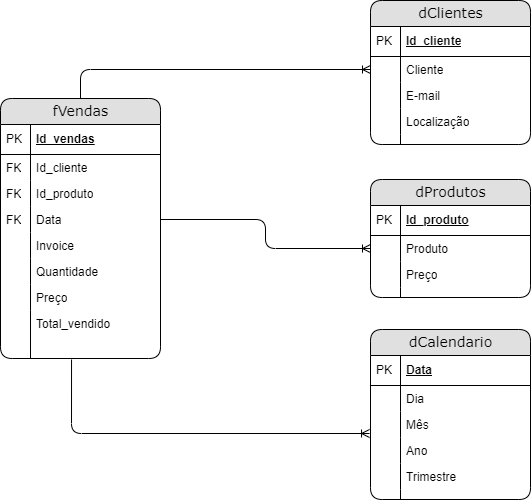
The draw.io diagram consultas_schemas_sql/Schema-Dimensional.png in alves05/Pipeline_Dados_Python_Postgres_PowerBI, before a commit. Source tidied: cells renumbered, new cells last; positions are measured from the earlier drawing's top-left corner, leaving out a move shared by most shapes.
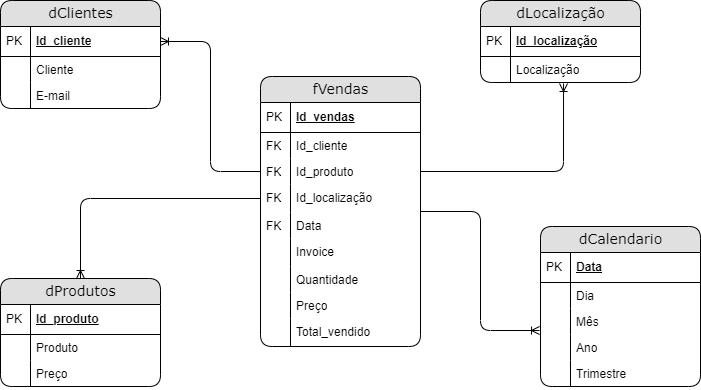
Later version of the same file.

Diff of the diagram source:
```diff
@@ -3,7 +3,7 @@
     <mxCell id="0" />
     <mxCell id="1" parent="0" />
     <mxCell id="2" value="dClientes" style="swimlane;html=1;fontStyle=0;horizontal=1;startSize=26;fillColor=#e0e0e0;swimlaneFillColor=#ffffff;align=center;rounded=1;shadow=0;comic=0;labelBackgroundColor=none;strokeWidth=1;fontFamily=Verdana;fontSize=14;swimlaneLine=1;" parent="1" vertex="1">
-      <mxGeometry x="370" width="160" height="144" as="geometry" />
+      <mxGeometry x="40" y="-17" width="160" height="108" as="geometry" />
     </mxCell>
     <mxCell id="3" value="Id_cliente" style="shape=partialRectangle;top=0;left=0;right=0;bottom=1;html=1;align=left;verticalAlign=middle;fillColor=none;spacingLeft=34;spacingRight=4;whiteSpace=wrap;overflow=hidden;points=[[0,0.5],[1,0.5]];portConstraint=eastwest;fontStyle=5;" parent="2" vertex="1">
       <mxGeometry y="26" width="160" height="30" as="geometry" />
@@ -23,20 +23,8 @@
     <mxCell id="8" style="shape=partialRectangle;top=0;left=0;bottom=0;html=1;fillColor=none;align=left;verticalAlign=top;spacingLeft=4;spacingRight=4;whiteSpace=wrap;overflow=hidden;" parent="7" vertex="1">
       <mxGeometry width="30" height="26" as="geometry" />
     </mxCell>
-    <mxCell id="9" value="Localização" style="shape=partialRectangle;top=0;left=0;right=0;bottom=0;html=1;align=left;verticalAlign=top;fillColor=none;spacingLeft=34;spacingRight=4;whiteSpace=wrap;overflow=hidden;points=[[0,0.5],[1,0.5]];portConstraint=eastwest;" parent="2" vertex="1">
-      <mxGeometry y="108" width="160" height="26" as="geometry" />
-    </mxCell>
-    <mxCell id="10" style="shape=partialRectangle;top=0;left=0;bottom=0;html=1;fillColor=none;align=left;verticalAlign=top;spacingLeft=4;spacingRight=4;whiteSpace=wrap;overflow=hidden;" parent="9" vertex="1">
-      <mxGeometry width="30" height="26" as="geometry" />
-    </mxCell>
-    <mxCell id="11" style="shape=partialRectangle;top=0;left=0;right=0;bottom=0;html=1;align=left;verticalAlign=top;fillColor=none;spacingLeft=34;spacingRight=4;whiteSpace=wrap;overflow=hidden;" parent="2" vertex="1">
-      <mxGeometry y="134" width="160" height="10" as="geometry" />
-    </mxCell>
-    <mxCell id="12" style="shape=partialRectangle;top=0;left=0;bottom=0;html=1;fillColor=none;align=left;verticalAlign=top;spacingLeft=4;spacingRight=4;whiteSpace=wrap;overflow=hidden;" parent="11" vertex="1">
-      <mxGeometry width="30" height="10" as="geometry" />
-    </mxCell>
     <mxCell id="13" value="dProdutos" style="swimlane;html=1;fontStyle=0;horizontal=1;startSize=26;fillColor=#e0e0e0;swimlaneFillColor=#ffffff;align=center;rounded=1;shadow=0;comic=0;labelBackgroundColor=none;strokeWidth=1;fontFamily=Verdana;fontSize=14;" parent="1" vertex="1">
-      <mxGeometry x="370" y="179" width="160" height="118" as="geometry" />
+      <mxGeometry x="40" y="261" width="160" height="108" as="geometry" />
     </mxCell>
     <mxCell id="14" value="Id_produto" style="shape=partialRectangle;top=0;left=0;right=0;bottom=1;html=1;align=left;verticalAlign=middle;fillColor=none;spacingLeft=34;spacingRight=4;whiteSpace=wrap;overflow=hidden;fontStyle=5;" parent="13" vertex="1">
       <mxGeometry y="26" width="160" height="30" as="geometry" />
@@ -56,14 +44,14 @@
     <mxCell id="19" style="shape=partialRectangle;top=0;left=0;bottom=0;html=1;fillColor=none;align=left;verticalAlign=top;spacingLeft=4;spacingRight=4;whiteSpace=wrap;overflow=hidden;" parent="18" vertex="1">
       <mxGeometry width="30" height="26" as="geometry" />
     </mxCell>
-    <mxCell id="20" style="shape=partialRectangle;top=0;left=0;right=0;bottom=0;html=1;align=left;verticalAlign=top;fillColor=none;spacingLeft=34;spacingRight=4;whiteSpace=wrap;overflow=hidden;" parent="13" vertex="1">
-      <mxGeometry y="108" width="160" height="10" as="geometry" />
-    </mxCell>
-    <mxCell id="21" style="shape=partialRectangle;top=0;left=0;bottom=0;html=1;fillColor=none;align=left;verticalAlign=top;spacingLeft=4;spacingRight=4;whiteSpace=wrap;overflow=hidden;" parent="20" vertex="1">
-      <mxGeometry width="30" height="10" as="geometry" />
-    </mxCell>
+    <mxCell id="55" style="edgeStyle=orthogonalEdgeStyle;rounded=1;jettySize=auto;html=1;exitX=0;exitY=0.5;exitDx=0;exitDy=0;entryX=1;entryY=0.5;entryDx=0;entryDy=0;endArrow=ERoneToMany;endFill=0;" parent="1" edge="1" source="27" target="3">
+      <mxGeometry relative="1" as="geometry" />
+    </mxCell>
+    <mxCell id="56" style="edgeStyle=orthogonalEdgeStyle;rounded=1;jettySize=auto;html=1;entryX=-0.006;entryY=0.846;entryDx=0;entryDy=0;entryPerimeter=0;endArrow=ERoneToMany;endFill=0;" parent="1" edge="1" source="22" target="44">
+      <mxGeometry relative="1" as="geometry" />
+    </mxCell>
     <mxCell id="22" value="fVendas" style="swimlane;html=1;fontStyle=0;horizontal=1;startSize=26;fillColor=#e0e0e0;swimlaneFillColor=#ffffff;align=center;rounded=1;shadow=0;comic=0;labelBackgroundColor=none;strokeWidth=1;fontFamily=Verdana;fontSize=14;" parent="1" vertex="1">
-      <mxGeometry y="98" width="160" height="260" as="geometry" />
+      <mxGeometry x="300" y="59" width="160" height="270" as="geometry" />
     </mxCell>
     <mxCell id="23" value="Id_vendas" style="shape=partialRectangle;top=0;left=0;right=0;bottom=1;html=1;align=left;verticalAlign=middle;fillColor=none;spacingLeft=34;spacingRight=4;whiteSpace=wrap;overflow=hidden;fontStyle=5;" parent="22" vertex="1">
       <mxGeometry y="26" width="160" height="30" as="geometry" />
@@ -83,38 +71,44 @@
     <mxCell id="28" value="FK" style="shape=partialRectangle;top=0;left=0;bottom=0;html=1;fillColor=none;align=left;verticalAlign=top;spacingLeft=4;spacingRight=4;whiteSpace=wrap;overflow=hidden;" parent="27" vertex="1">
       <mxGeometry width="30" height="26" as="geometry" />
     </mxCell>
+    <mxCell id="57" value="Id_localização" style="shape=partialRectangle;top=0;left=0;right=0;bottom=0;html=1;align=left;verticalAlign=top;fillColor=none;spacingLeft=34;spacingRight=4;whiteSpace=wrap;overflow=hidden;points=[[0,0.5],[1,0.5]];portConstraint=eastwest;" parent="22" vertex="1">
+      <mxGeometry y="108" width="160" height="28" as="geometry" />
+    </mxCell>
+    <mxCell id="58" value="FK" style="shape=partialRectangle;top=0;left=0;bottom=0;html=1;fillColor=none;align=left;verticalAlign=top;spacingLeft=4;spacingRight=4;whiteSpace=wrap;overflow=hidden;" parent="57" vertex="1">
+      <mxGeometry width="30" height="28" as="geometry" />
+    </mxCell>
     <mxCell id="29" value="Data" style="shape=partialRectangle;top=0;left=0;right=0;bottom=0;html=1;align=left;verticalAlign=top;fillColor=none;spacingLeft=34;spacingRight=4;whiteSpace=wrap;overflow=hidden;points=[[0,0.5],[1,0.5]];portConstraint=eastwest;" parent="22" vertex="1">
-      <mxGeometry y="108" width="160" height="26" as="geometry" />
+      <mxGeometry y="136" width="160" height="26" as="geometry" />
     </mxCell>
     <mxCell id="30" value="FK" style="shape=partialRectangle;top=0;left=0;bottom=0;html=1;fillColor=none;align=left;verticalAlign=top;spacingLeft=4;spacingRight=4;whiteSpace=wrap;overflow=hidden;" parent="29" vertex="1">
       <mxGeometry width="30" height="26" as="geometry" />
     </mxCell>
     <mxCell id="31" value="Invoice" style="shape=partialRectangle;top=0;left=0;right=0;bottom=0;html=1;align=left;verticalAlign=top;fillColor=none;spacingLeft=34;spacingRight=4;whiteSpace=wrap;overflow=hidden;" parent="22" vertex="1">
-      <mxGeometry y="134" width="160" height="26" as="geometry" />
+      <mxGeometry y="162" width="160" height="28" as="geometry" />
     </mxCell>
-    <mxCell id="32" style="shape=partialRectangle;top=0;left=0;bottom=0;html=1;fillColor=none;align=left;verticalAlign=top;spacingLeft=4;spacingRight=4;whiteSpace=wrap;overflow=hidden;" parent="31" vertex="1">
-      <mxGeometry width="30" height="26" as="geometry" />
-    </mxCell>
+    <mxCell id="59" style="shape=partialRectangle;top=0;left=0;bottom=0;html=1;fillColor=none;align=left;verticalAlign=top;spacingLeft=4;spacingRight=4;whiteSpace=wrap;overflow=hidden;" parent="31" vertex="1">
+      <mxGeometry width="30" height="28" as="geometry" />
+    </mxCell>
     <mxCell id="33" value="Quantidade" style="shape=partialRectangle;top=0;left=0;right=0;bottom=0;html=1;align=left;verticalAlign=top;fillColor=none;spacingLeft=34;spacingRight=4;whiteSpace=wrap;overflow=hidden;" parent="22" vertex="1">
-      <mxGeometry y="160" width="160" height="26" as="geometry" />
+      <mxGeometry y="190" width="160" height="26" as="geometry" />
     </mxCell>
     <mxCell id="34" style="shape=partialRectangle;top=0;left=0;bottom=0;html=1;fillColor=none;align=left;verticalAlign=top;spacingLeft=4;spacingRight=4;whiteSpace=wrap;overflow=hidden;" parent="33" vertex="1">
       <mxGeometry width="30" height="26" as="geometry" />
     </mxCell>
     <mxCell id="35" value="Preço" style="shape=partialRectangle;top=0;left=0;right=0;bottom=0;html=1;align=left;verticalAlign=top;fillColor=none;spacingLeft=34;spacingRight=4;whiteSpace=wrap;overflow=hidden;" parent="22" vertex="1">
-      <mxGeometry y="186" width="160" height="26" as="geometry" />
+      <mxGeometry y="216" width="160" height="26" as="geometry" />
     </mxCell>
     <mxCell id="36" style="shape=partialRectangle;top=0;left=0;bottom=0;html=1;fillColor=none;align=left;verticalAlign=top;spacingLeft=4;spacingRight=4;whiteSpace=wrap;overflow=hidden;" parent="35" vertex="1">
       <mxGeometry width="30" height="26" as="geometry" />
     </mxCell>
     <mxCell id="37" value="Total_vendido" style="shape=partialRectangle;top=0;left=0;right=0;bottom=0;html=1;align=left;verticalAlign=top;fillColor=none;spacingLeft=34;spacingRight=4;whiteSpace=wrap;overflow=hidden;points=[[0,0.5],[1,0.5]];portConstraint=eastwest;" parent="22" vertex="1">
-      <mxGeometry y="212" width="160" height="48" as="geometry" />
+      <mxGeometry y="242" width="160" height="28" as="geometry" />
     </mxCell>
     <mxCell id="38" style="shape=partialRectangle;top=0;left=0;bottom=0;html=1;fillColor=none;align=left;verticalAlign=top;spacingLeft=4;spacingRight=4;whiteSpace=wrap;overflow=hidden;" parent="37" vertex="1">
-      <mxGeometry width="30" height="48" as="geometry" />
+      <mxGeometry width="30" height="28" as="geometry" />
     </mxCell>
     <mxCell id="39" value="dCalendario" style="swimlane;html=1;fontStyle=0;horizontal=1;startSize=26;fillColor=#e0e0e0;swimlaneFillColor=#ffffff;align=center;rounded=1;shadow=0;comic=0;labelBackgroundColor=none;strokeWidth=1;fontFamily=Verdana;fontSize=14;swimlaneLine=1;" parent="1" vertex="1">
-      <mxGeometry x="370" y="329" width="160" height="170" as="geometry" />
+      <mxGeometry x="580" y="209" width="160" height="160" as="geometry" />
     </mxCell>
     <mxCell id="40" value="Data" style="shape=partialRectangle;top=0;left=0;right=0;bottom=1;html=1;align=left;verticalAlign=middle;fillColor=none;spacingLeft=34;spacingRight=4;whiteSpace=wrap;overflow=hidden;fontStyle=5;" parent="39" vertex="1">
       <mxGeometry y="26" width="160" height="30" as="geometry" />
@@ -146,20 +140,26 @@
     <mxCell id="49" style="shape=partialRectangle;top=0;left=0;bottom=0;html=1;fillColor=none;align=left;verticalAlign=top;spacingLeft=4;spacingRight=4;whiteSpace=wrap;overflow=hidden;" parent="48" vertex="1">
       <mxGeometry width="30" height="26" as="geometry" />
     </mxCell>
-    <mxCell id="50" style="shape=partialRectangle;top=0;left=0;right=0;bottom=0;html=1;align=left;verticalAlign=top;fillColor=none;spacingLeft=34;spacingRight=4;whiteSpace=wrap;overflow=hidden;" parent="39" vertex="1">
-      <mxGeometry y="160" width="160" height="10" as="geometry" />
-    </mxCell>
-    <mxCell id="51" style="shape=partialRectangle;top=0;left=0;bottom=0;html=1;fillColor=none;align=left;verticalAlign=top;spacingLeft=4;spacingRight=4;whiteSpace=wrap;overflow=hidden;" parent="50" vertex="1">
-      <mxGeometry width="30" height="10" as="geometry" />
-    </mxCell>
-    <mxCell id="52" style="edgeStyle=orthogonalEdgeStyle;rounded=1;jettySize=auto;html=1;entryX=0;entryY=0.5;entryDx=0;entryDy=0;startArrow=none;startFill=0;endArrow=ERoneToMany;endFill=0;" parent="1" edge="1" source="29" target="16">
-      <mxGeometry relative="1" as="geometry" />
-    </mxCell>
-    <mxCell id="53" style="edgeStyle=orthogonalEdgeStyle;rounded=1;jettySize=auto;html=1;startArrow=none;startFill=0;endArrow=ERoneToMany;endFill=0;exitX=0.5;exitY=0;exitDx=0;exitDy=0;entryX=0;entryY=0.5;entryDx=0;entryDy=0;" parent="1" edge="1" source="22" target="5">
-      <mxGeometry relative="1" as="geometry" />
-    </mxCell>
-    <mxCell id="54" style="edgeStyle=orthogonalEdgeStyle;rounded=1;jettySize=auto;html=1;startArrow=none;startFill=0;endArrow=ERoneToMany;endFill=0;entryX=-0.006;entryY=0.846;entryDx=0;entryDy=0;entryPerimeter=0;exitX=0.444;exitY=1.021;exitDx=0;exitDy=0;exitPerimeter=0;" parent="1" edge="1" source="37" target="44">
-      <mxGeometry relative="1" as="geometry" />
-    </mxCell>
+    <mxCell id="60" value="dLocalização" style="swimlane;html=1;fontStyle=0;horizontal=1;startSize=26;fillColor=#e0e0e0;swimlaneFillColor=#ffffff;align=center;rounded=1;shadow=0;comic=0;labelBackgroundColor=none;strokeWidth=1;fontFamily=Verdana;fontSize=14;swimlaneLine=1;" parent="1" vertex="1">
+      <mxGeometry x="520" y="-17" width="160" height="82" as="geometry" />
+    </mxCell>
+    <mxCell id="61" value="Id_localização" style="shape=partialRectangle;top=0;left=0;right=0;bottom=1;html=1;align=left;verticalAlign=middle;fillColor=none;spacingLeft=34;spacingRight=4;whiteSpace=wrap;overflow=hidden;fontStyle=5;" parent="60" vertex="1">
+      <mxGeometry y="26" width="160" height="30" as="geometry" />
+    </mxCell>
+    <mxCell id="62" value="PK" style="shape=partialRectangle;top=0;left=0;bottom=0;html=1;fillColor=none;align=left;verticalAlign=middle;spacingLeft=4;spacingRight=4;whiteSpace=wrap;overflow=hidden;" parent="61" vertex="1">
+      <mxGeometry width="30" height="30" as="geometry" />
+    </mxCell>
+    <mxCell id="9" value="Localização" style="shape=partialRectangle;top=0;left=0;right=0;bottom=0;html=1;align=left;verticalAlign=top;fillColor=none;spacingLeft=34;spacingRight=4;whiteSpace=wrap;overflow=hidden;points=[[0,0.5],[1,0.5]];portConstraint=eastwest;" parent="60" vertex="1">
+      <mxGeometry y="56" width="160" height="26" as="geometry" />
+    </mxCell>
+    <mxCell id="63" style="shape=partialRectangle;top=0;left=0;bottom=0;html=1;fillColor=none;align=left;verticalAlign=top;spacingLeft=4;spacingRight=4;whiteSpace=wrap;overflow=hidden;" parent="9" vertex="1">
+      <mxGeometry width="30" height="26" as="geometry" />
+    </mxCell>
+    <mxCell id="64" style="edgeStyle=orthogonalEdgeStyle;rounded=1;jettySize=auto;html=1;endArrow=ERoneToMany;endFill=0;" parent="1" edge="1" source="57" target="13">
+      <mxGeometry relative="1" as="geometry" />
+    </mxCell>
+    <mxCell id="65" style="edgeStyle=orthogonalEdgeStyle;rounded=1;jettySize=auto;html=1;entryX=0.519;entryY=1.038;entryDx=0;entryDy=0;entryPerimeter=0;endArrow=ERoneToMany;endFill=0;" parent="1" edge="1" source="27" target="9">
+      <mxGeometry relative="1" as="geometry" />
+    </mxCell>
   </root>
 </mxGraphModel>
```
